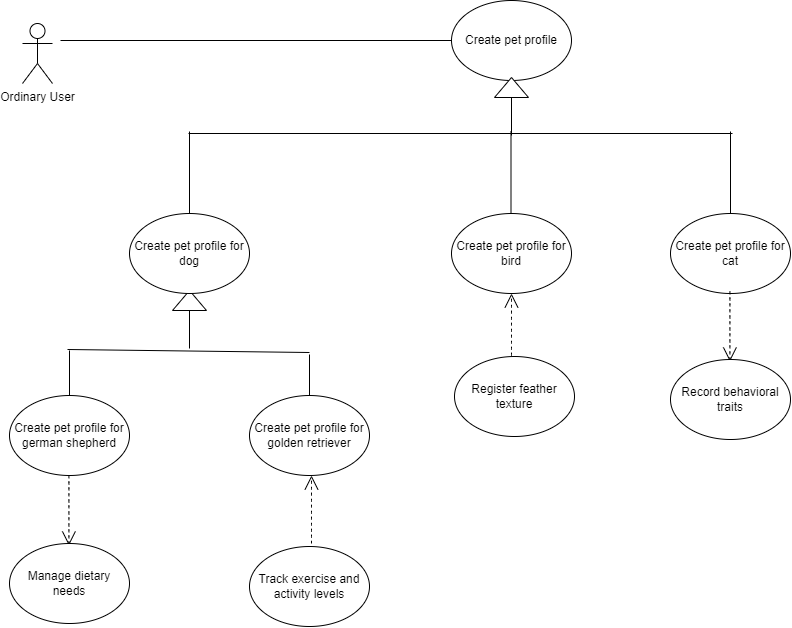
Above: documentation/Use Case Diagram.drawio.png in debodam/ENSF380_Lab2 (draw.io), before the change. Source tidied: cells renumbered, new cells last; positions are measured from the earlier drawing's top-left corner, leaving out a move shared by most shapes. The source it was exported from:
```xml
<mxGraphModel>
  <root>
    <mxCell id="0" />
    <mxCell id="1" parent="0" />
    <mxCell id="2" value="Create pet profile" style="ellipse;whiteSpace=wrap;html=1;" parent="1" vertex="1">
      <mxGeometry x="442" width="120" height="80" as="geometry" />
    </mxCell>
    <mxCell id="3" style="triangle;whiteSpace=wrap;html=1;rotation=-90;" parent="1" vertex="1">
      <mxGeometry x="170" y="283" width="20" height="34" as="geometry" />
    </mxCell>
    <mxCell id="4" style="endArrow=none;html=1;rounded=0;fontSize=12;startSize=8;endSize=8;curved=1;entryX=0;entryY=0.5;entryDx=0;entryDy=0;" parent="1" edge="1" target="3">
      <mxGeometry relative="1" as="geometry">
        <mxPoint x="180" y="348" as="sourcePoint" />
      </mxGeometry>
    </mxCell>
    <mxCell id="5" value="Create pet profile for dog" style="ellipse;whiteSpace=wrap;html=1;" parent="1" vertex="1">
      <mxGeometry x="120" y="213" width="120" height="80" as="geometry" />
    </mxCell>
    <mxCell id="6" value="Create pet profile for bird" style="ellipse;whiteSpace=wrap;html=1;" parent="1" vertex="1">
      <mxGeometry x="442" y="213" width="120" height="80" as="geometry" />
    </mxCell>
    <mxCell id="7" value="Create pet profile for cat" style="ellipse;whiteSpace=wrap;html=1;" parent="1" vertex="1">
      <mxGeometry x="661" y="213" width="120" height="80" as="geometry" />
    </mxCell>
    <mxCell id="8" value="Create pet profile for german shepherd" style="ellipse;whiteSpace=wrap;html=1;" parent="1" vertex="1">
      <mxGeometry y="395" width="120" height="80" as="geometry" />
    </mxCell>
    <mxCell id="9" value="Create pet profile for golden retriever" style="ellipse;whiteSpace=wrap;html=1;" parent="1" vertex="1">
      <mxGeometry x="240" y="395" width="120" height="80" as="geometry" />
    </mxCell>
    <mxCell id="10" style="endArrow=none;html=1;rounded=0;fontSize=12;startSize=8;endSize=8;curved=1;" parent="1" edge="1">
      <mxGeometry relative="1" as="geometry">
        <mxPoint x="58" y="349" as="sourcePoint" />
        <mxPoint x="300" y="352" as="targetPoint" />
      </mxGeometry>
    </mxCell>
    <mxCell id="11" style="endArrow=none;html=1;rounded=0;fontSize=12;startSize=8;endSize=8;curved=1;exitX=0.5;exitY=0;exitDx=0;exitDy=0;" parent="1" edge="1" source="8">
      <mxGeometry relative="1" as="geometry">
        <mxPoint x="60" y="350" as="targetPoint" />
      </mxGeometry>
    </mxCell>
    <mxCell id="12" style="endArrow=none;html=1;rounded=0;fontSize=12;startSize=8;endSize=8;curved=1;entryX=0.5;entryY=0;entryDx=0;entryDy=0;" parent="1" edge="1" target="9">
      <mxGeometry relative="1" as="geometry">
        <mxPoint x="300" y="354" as="sourcePoint" />
      </mxGeometry>
    </mxCell>
    <mxCell id="13" style="triangle;whiteSpace=wrap;html=1;rotation=-90;" parent="1" vertex="1">
      <mxGeometry x="492" y="70" width="20" height="34" as="geometry" />
    </mxCell>
    <mxCell id="14" style="endArrow=none;html=1;rounded=0;fontSize=12;startSize=8;endSize=8;curved=1;entryX=0;entryY=0.5;entryDx=0;entryDy=0;" parent="1" edge="1" target="13">
      <mxGeometry relative="1" as="geometry">
        <mxPoint x="502" y="135" as="sourcePoint" />
      </mxGeometry>
    </mxCell>
    <mxCell id="15" style="endArrow=none;html=1;rounded=0;fontSize=12;startSize=8;endSize=8;curved=1;" parent="1" edge="1">
      <mxGeometry relative="1" as="geometry">
        <mxPoint x="179" y="133" as="sourcePoint" />
        <mxPoint x="723" y="133" as="targetPoint" />
      </mxGeometry>
    </mxCell>
    <mxCell id="16" style="endArrow=none;html=1;rounded=0;fontSize=12;startSize=8;endSize=8;curved=1;exitX=0.5;exitY=0;exitDx=0;exitDy=0;" parent="1" edge="1" source="5">
      <mxGeometry relative="1" as="geometry">
        <mxPoint x="180" y="131" as="targetPoint" />
      </mxGeometry>
    </mxCell>
    <mxCell id="17" style="endArrow=none;html=1;rounded=0;fontSize=12;startSize=8;endSize=8;curved=1;exitX=0.5;exitY=0;exitDx=0;exitDy=0;" parent="1" edge="1">
      <mxGeometry relative="1" as="geometry">
        <mxPoint x="501.5" y="213" as="sourcePoint" />
        <mxPoint x="501.5" y="131" as="targetPoint" />
      </mxGeometry>
    </mxCell>
    <mxCell id="18" style="endArrow=none;html=1;rounded=0;fontSize=12;startSize=8;endSize=8;curved=1;exitX=0.5;exitY=0;exitDx=0;exitDy=0;" parent="1" edge="1">
      <mxGeometry relative="1" as="geometry">
        <mxPoint x="721" y="213" as="sourcePoint" />
        <mxPoint x="721" y="131" as="targetPoint" />
      </mxGeometry>
    </mxCell>
    <mxCell id="19" style="endArrow=open;endSize=12;dashed=1;html=1;rounded=0;fontSize=12;curved=1;entryX=0.5;entryY=1;entryDx=0;entryDy=0;" parent="1" edge="1" target="6">
      <mxGeometry relative="1" as="geometry">
        <mxPoint x="502" y="361" as="sourcePoint" />
      </mxGeometry>
    </mxCell>
    <mxCell id="20" style="endArrow=open;endSize=12;dashed=1;html=1;rounded=0;fontSize=12;curved=1;" parent="1" edge="1">
      <mxGeometry relative="1" as="geometry">
        <mxPoint x="720.4" y="291" as="sourcePoint" />
        <mxPoint x="720.4" y="361" as="targetPoint" />
      </mxGeometry>
    </mxCell>
    <mxCell id="21" value="Register feather texture" style="ellipse;whiteSpace=wrap;html=1;" parent="1" vertex="1">
      <mxGeometry x="445" y="356" width="120" height="80" as="geometry" />
    </mxCell>
    <mxCell id="22" value="Record behavioral traits" style="ellipse;whiteSpace=wrap;html=1;" parent="1" vertex="1">
      <mxGeometry x="661" y="359" width="120" height="80" as="geometry" />
    </mxCell>
    <mxCell id="23" style="endArrow=open;endSize=12;dashed=1;html=1;rounded=0;fontSize=12;curved=1;" parent="1" edge="1">
      <mxGeometry relative="1" as="geometry">
        <mxPoint x="59.4" y="475" as="sourcePoint" />
        <mxPoint x="59.4" y="545" as="targetPoint" />
      </mxGeometry>
    </mxCell>
    <mxCell id="24" value="Manage dietary needs" style="ellipse;whiteSpace=wrap;html=1;" parent="1" vertex="1">
      <mxGeometry y="543" width="120" height="80" as="geometry" />
    </mxCell>
    <mxCell id="25" value="Track exercise and activity levels" style="ellipse;whiteSpace=wrap;html=1;" parent="1" vertex="1">
      <mxGeometry x="240" y="546" width="120" height="80" as="geometry" />
    </mxCell>
    <mxCell id="26" value="Ordinary User" style="shape=umlActor;verticalLabelPosition=bottom;verticalAlign=top;html=1;" parent="1" vertex="1">
      <mxGeometry x="13" y="23" width="30" height="60" as="geometry" />
    </mxCell>
    <mxCell id="27" style="endArrow=none;html=1;rounded=0;entryX=0;entryY=0.5;entryDx=0;entryDy=0;" parent="1" edge="1" target="2">
      <mxGeometry relative="1" as="geometry">
        <mxPoint x="51" y="40" as="sourcePoint" />
      </mxGeometry>
    </mxCell>
    <mxCell id="28" style="endArrow=open;endSize=12;dashed=1;html=1;rounded=0;fontSize=12;curved=1;entryX=0.5;entryY=1;entryDx=0;entryDy=0;" parent="1" edge="1">
      <mxGeometry relative="1" as="geometry">
        <mxPoint x="302" y="543" as="sourcePoint" />
        <mxPoint x="302" y="475" as="targetPoint" />
      </mxGeometry>
    </mxCell>
  </root>
</mxGraphModel>
```
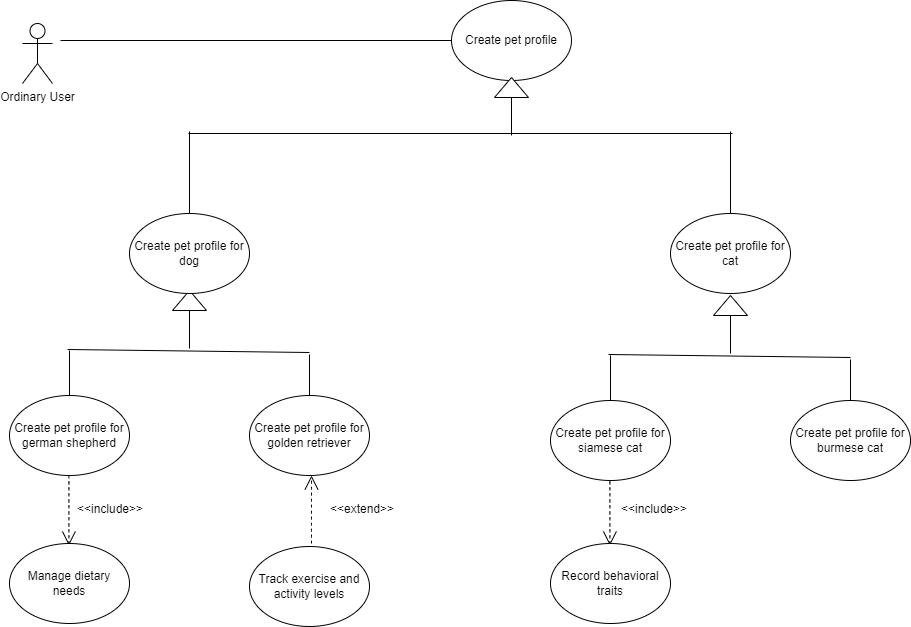
After the commit.

Commit message:
Updated use cases

Change to the diagram source:
```diff
@@ -16,9 +16,6 @@
     <mxCell id="5" value="Create pet profile for dog" style="ellipse;whiteSpace=wrap;html=1;" parent="1" vertex="1">
       <mxGeometry x="120" y="213" width="120" height="80" as="geometry" />
     </mxCell>
-    <mxCell id="6" value="Create pet profile for bird" style="ellipse;whiteSpace=wrap;html=1;" parent="1" vertex="1">
-      <mxGeometry x="442" y="213" width="120" height="80" as="geometry" />
-    </mxCell>
     <mxCell id="7" value="Create pet profile for cat" style="ellipse;whiteSpace=wrap;html=1;" parent="1" vertex="1">
       <mxGeometry x="661" y="213" width="120" height="80" as="geometry" />
     </mxCell>
@@ -63,34 +60,20 @@
         <mxPoint x="180" y="131" as="targetPoint" />
       </mxGeometry>
     </mxCell>
-    <mxCell id="17" style="endArrow=none;html=1;rounded=0;fontSize=12;startSize=8;endSize=8;curved=1;exitX=0.5;exitY=0;exitDx=0;exitDy=0;" parent="1" edge="1">
-      <mxGeometry relative="1" as="geometry">
-        <mxPoint x="501.5" y="213" as="sourcePoint" />
-        <mxPoint x="501.5" y="131" as="targetPoint" />
-      </mxGeometry>
-    </mxCell>
     <mxCell id="18" style="endArrow=none;html=1;rounded=0;fontSize=12;startSize=8;endSize=8;curved=1;exitX=0.5;exitY=0;exitDx=0;exitDy=0;" parent="1" edge="1">
       <mxGeometry relative="1" as="geometry">
         <mxPoint x="721" y="213" as="sourcePoint" />
         <mxPoint x="721" y="131" as="targetPoint" />
       </mxGeometry>
     </mxCell>
-    <mxCell id="19" style="endArrow=open;endSize=12;dashed=1;html=1;rounded=0;fontSize=12;curved=1;entryX=0.5;entryY=1;entryDx=0;entryDy=0;" parent="1" edge="1" target="6">
-      <mxGeometry relative="1" as="geometry">
-        <mxPoint x="502" y="361" as="sourcePoint" />
-      </mxGeometry>
-    </mxCell>
     <mxCell id="20" style="endArrow=open;endSize=12;dashed=1;html=1;rounded=0;fontSize=12;curved=1;" parent="1" edge="1">
       <mxGeometry relative="1" as="geometry">
-        <mxPoint x="720.4" y="291" as="sourcePoint" />
-        <mxPoint x="720.4" y="361" as="targetPoint" />
+        <mxPoint x="600.4" y="475" as="sourcePoint" />
+        <mxPoint x="600.4" y="545" as="targetPoint" />
       </mxGeometry>
     </mxCell>
-    <mxCell id="21" value="Register feather texture" style="ellipse;whiteSpace=wrap;html=1;" parent="1" vertex="1">
-      <mxGeometry x="445" y="356" width="120" height="80" as="geometry" />
-    </mxCell>
     <mxCell id="22" value="Record behavioral traits" style="ellipse;whiteSpace=wrap;html=1;" parent="1" vertex="1">
-      <mxGeometry x="661" y="359" width="120" height="80" as="geometry" />
+      <mxGeometry x="541" y="543" width="120" height="80" as="geometry" />
     </mxCell>
     <mxCell id="23" style="endArrow=open;endSize=12;dashed=1;html=1;rounded=0;fontSize=12;curved=1;" parent="1" edge="1">
       <mxGeometry relative="1" as="geometry">
@@ -118,5 +101,44 @@
         <mxPoint x="302" y="475" as="targetPoint" />
       </mxGeometry>
     </mxCell>
+    <mxCell id="29" style="triangle;whiteSpace=wrap;html=1;rotation=-90;" parent="1" vertex="1">
+      <mxGeometry x="711" y="288" width="20" height="34" as="geometry" />
+    </mxCell>
+    <mxCell id="30" style="endArrow=none;html=1;rounded=0;fontSize=12;startSize=8;endSize=8;curved=1;entryX=0;entryY=0.5;entryDx=0;entryDy=0;" parent="1" edge="1" target="29">
+      <mxGeometry relative="1" as="geometry">
+        <mxPoint x="721" y="353" as="sourcePoint" />
+      </mxGeometry>
+    </mxCell>
+    <mxCell id="31" value="Create pet profile for siamese cat" style="ellipse;whiteSpace=wrap;html=1;" parent="1" vertex="1">
+      <mxGeometry x="541" y="400" width="120" height="80" as="geometry" />
+    </mxCell>
+    <mxCell id="32" value="Create pet profile for burmese cat" style="ellipse;whiteSpace=wrap;html=1;" parent="1" vertex="1">
+      <mxGeometry x="781" y="400" width="120" height="80" as="geometry" />
+    </mxCell>
+    <mxCell id="33" style="endArrow=none;html=1;rounded=0;fontSize=12;startSize=8;endSize=8;curved=1;" parent="1" edge="1">
+      <mxGeometry relative="1" as="geometry">
+        <mxPoint x="599" y="354" as="sourcePoint" />
+        <mxPoint x="841" y="357" as="targetPoint" />
+      </mxGeometry>
+    </mxCell>
+    <mxCell id="34" style="endArrow=none;html=1;rounded=0;fontSize=12;startSize=8;endSize=8;curved=1;exitX=0.5;exitY=0;exitDx=0;exitDy=0;" parent="1" edge="1" source="31">
+      <mxGeometry relative="1" as="geometry">
+        <mxPoint x="601" y="355" as="targetPoint" />
+      </mxGeometry>
+    </mxCell>
+    <mxCell id="35" style="endArrow=none;html=1;rounded=0;fontSize=12;startSize=8;endSize=8;curved=1;entryX=0.5;entryY=0;entryDx=0;entryDy=0;" parent="1" edge="1" target="32">
+      <mxGeometry relative="1" as="geometry">
+        <mxPoint x="841" y="359" as="sourcePoint" />
+      </mxGeometry>
+    </mxCell>
+    <mxCell id="36" value="&amp;lt;&amp;lt;include&amp;gt;&amp;gt;" style="text;html=1;align=center;verticalAlign=middle;whiteSpace=wrap;rounded=0;" parent="1" vertex="1">
+      <mxGeometry x="71" y="494" width="60" height="30" as="geometry" />
+    </mxCell>
+    <mxCell id="37" value="&amp;lt;&amp;lt;extend&amp;gt;&amp;gt;" style="text;html=1;align=center;verticalAlign=middle;whiteSpace=wrap;rounded=0;" parent="1" vertex="1">
+      <mxGeometry x="323" y="494" width="60" height="30" as="geometry" />
+    </mxCell>
+    <mxCell id="38" value="&amp;lt;&amp;lt;include&amp;gt;&amp;gt;" style="text;html=1;align=center;verticalAlign=middle;whiteSpace=wrap;rounded=0;" parent="1" vertex="1">
+      <mxGeometry x="615" y="494" width="60" height="30" as="geometry" />
+    </mxCell>
   </root>
 </mxGraphModel>
```
